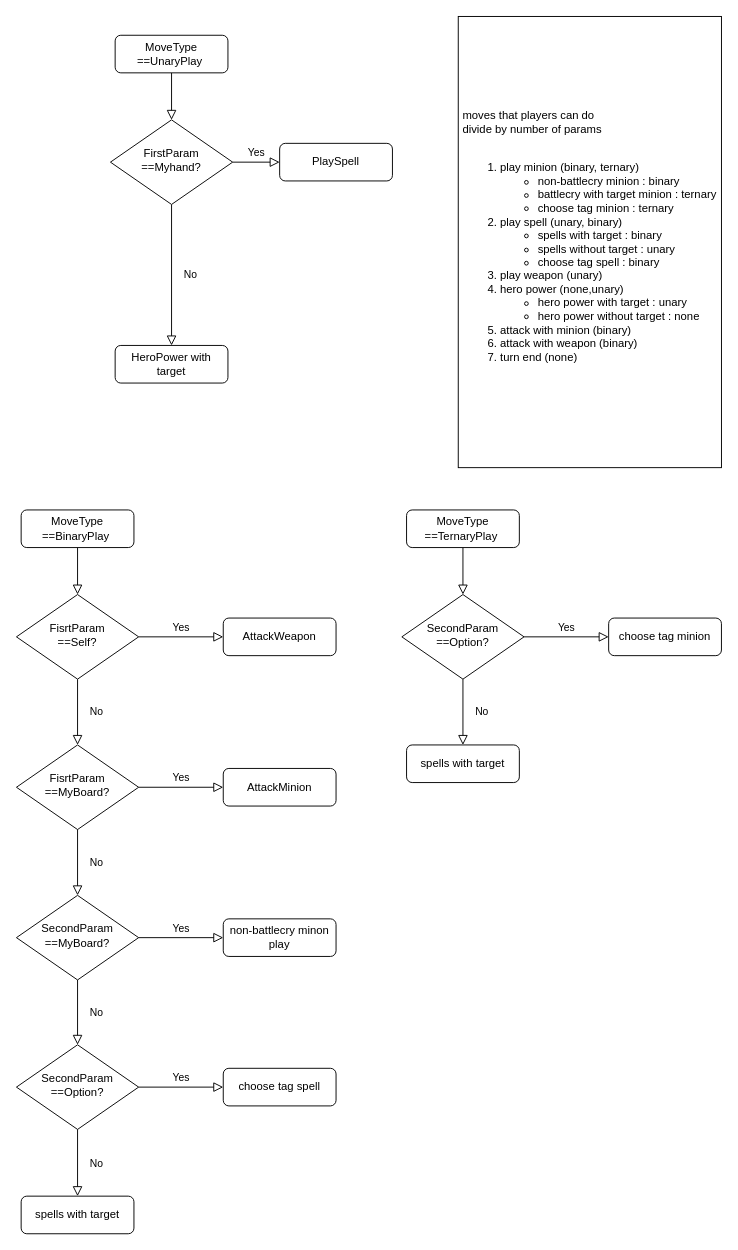
Before: moves.drawio in gsgyuhwan/hs_game_server_toyproject, a draw.io diagram. Source tidied: cells renumbered, new cells numbered last; positions are measured from the earlier drawing's top-left corner, leaving out a move shared by most shapes. Both pictures are drawn from the tidied source at 94%, with x=0, y=0 at pixel (16, 16).
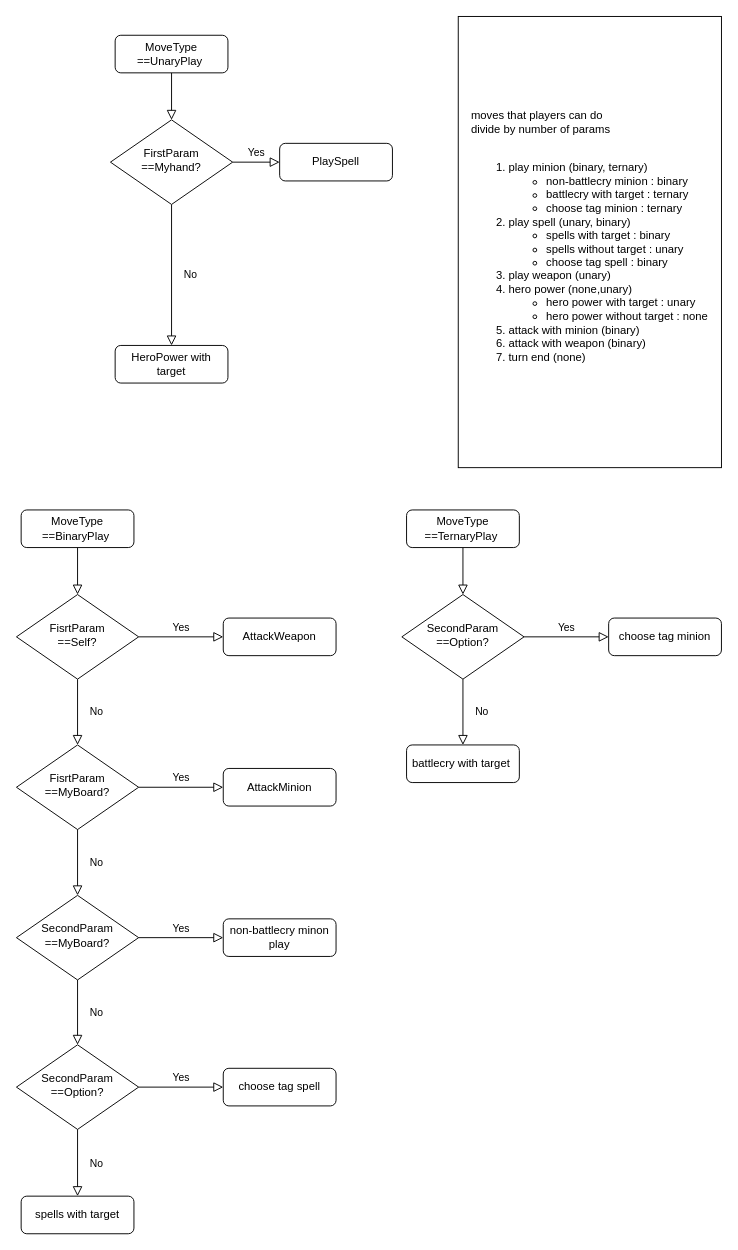
The same page after the edit.

Change to the diagram source:
```diff
@@
-    <mxCell id="9" value="&lt;div style=&quot;text-align: justify;&quot;&gt;&lt;span style=&quot;background-color: initial;&quot;&gt;moves that players can do&amp;nbsp;&lt;/span&gt;&lt;/div&gt;&lt;div style=&quot;text-align: justify;&quot;&gt;&lt;span style=&quot;background-color: initial;&quot;&gt;divide by number of params&lt;/span&gt;&lt;/div&gt;&lt;div style=&quot;text-align: justify;&quot;&gt;&lt;br&gt;&lt;/div&gt;&lt;ol&gt;&lt;li style=&quot;text-align: justify;&quot;&gt;play minion (binary, ternary)&lt;/li&gt;&lt;ul&gt;&lt;li style=&quot;text-align: justify;&quot;&gt;non-battlecry minion : binary&lt;/li&gt;&lt;li style=&quot;text-align: justify;&quot;&gt;battlecry with target minion : ternary&lt;/li&gt;&lt;li style=&quot;text-align: justify;&quot;&gt;choose tag minion : ternary&lt;/li&gt;&lt;/ul&gt;&lt;li style=&quot;text-align: justify;&quot;&gt;play spell (unary, binary)&lt;/li&gt;&lt;ul&gt;&lt;li style=&quot;text-align: justify;&quot;&gt;spells with target : binary&lt;/li&gt;&lt;li style=&quot;text-align: justify;&quot;&gt;spells without target : unary&lt;/li&gt;&lt;li style=&quot;text-align: justify;&quot;&gt;choose tag spell : binary&lt;/li&gt;&lt;/ul&gt;&lt;li style=&quot;text-align: justify;&quot;&gt;play weapon (unary)&lt;/li&gt;&lt;li style=&quot;text-align: justify;&quot;&gt;hero power (none,unary)&lt;/li&gt;&lt;ul&gt;&lt;li style=&quot;text-align: justify;&quot;&gt;hero power with target : unary&lt;/li&gt;&lt;li style=&quot;text-align: justify;&quot;&gt;hero power without target : none&lt;/li&gt;&lt;/ul&gt;&lt;li style=&quot;text-align: justify;&quot;&gt;attack with minion (binary)&lt;/li&gt;&lt;li style=&quot;text-align: justify;&quot;&gt;attack with weapon (binary)&lt;/li&gt;&lt;li style=&quot;text-align: justify;&quot;&gt;turn end (none)&lt;/li&gt;&lt;/ol&gt;" style="rounded=0;whiteSpace=wrap;html=1;" parent="1" vertex="1">
+    <mxCell id="9" value="&lt;div style=&quot;text-align: justify;&quot;&gt;&lt;span style=&quot;background-color: initial;&quot;&gt;moves that players can do&amp;nbsp;&lt;/span&gt;&lt;/div&gt;&lt;div style=&quot;text-align: justify;&quot;&gt;&lt;span style=&quot;background-color: initial;&quot;&gt;divide by number of params&lt;/span&gt;&lt;/div&gt;&lt;div style=&quot;text-align: justify;&quot;&gt;&lt;br&gt;&lt;/div&gt;&lt;ol&gt;&lt;li style=&quot;text-align: justify;&quot;&gt;play minion (binary, ternary)&lt;/li&gt;&lt;ul&gt;&lt;li style=&quot;text-align: justify;&quot;&gt;non-battlecry minion : binary&lt;/li&gt;&lt;li style=&quot;text-align: justify;&quot;&gt;battlecry with target : ternary&lt;/li&gt;&lt;li style=&quot;text-align: justify;&quot;&gt;choose tag minion : ternary&lt;/li&gt;&lt;/ul&gt;&lt;li style=&quot;text-align: justify;&quot;&gt;play spell (unary, binary)&lt;/li&gt;&lt;ul&gt;&lt;li style=&quot;text-align: justify;&quot;&gt;spells with target : binary&lt;/li&gt;&lt;li style=&quot;text-align: justify;&quot;&gt;spells without target : unary&lt;/li&gt;&lt;li style=&quot;text-align: justify;&quot;&gt;choose tag spell : binary&lt;/li&gt;&lt;/ul&gt;&lt;li style=&quot;text-align: justify;&quot;&gt;play weapon (unary)&lt;/li&gt;&lt;li style=&quot;text-align: justify;&quot;&gt;hero power (none,unary)&lt;/li&gt;&lt;ul&gt;&lt;li style=&quot;text-align: justify;&quot;&gt;hero power with target : unary&lt;/li&gt;&lt;li style=&quot;text-align: justify;&quot;&gt;hero power without target : none&lt;/li&gt;&lt;/ul&gt;&lt;li style=&quot;text-align: justify;&quot;&gt;attack with minion (binary)&lt;/li&gt;&lt;li style=&quot;text-align: justify;&quot;&gt;attack with weapon (binary)&lt;/li&gt;&lt;li style=&quot;text-align: justify;&quot;&gt;turn end (none)&lt;/li&gt;&lt;/ol&gt;" style="rounded=0;whiteSpace=wrap;html=1;" parent="1" vertex="1">
       <mxGeometry x="470" width="280" height="480" as="geometry" />
     </mxCell>
@@
-    <mxCell id="35" value="spells with target" style="rounded=1;whiteSpace=wrap;html=1;fontSize=12;glass=0;strokeWidth=1;shadow=0;" parent="1" vertex="1">
+    <mxCell id="35" value="battlecry with target&amp;nbsp;" style="rounded=1;whiteSpace=wrap;html=1;fontSize=12;glass=0;strokeWidth=1;shadow=0;" parent="1" vertex="1">
       <mxGeometry x="415" y="775" width="120" height="40" as="geometry" />
     </mxCell>
```
